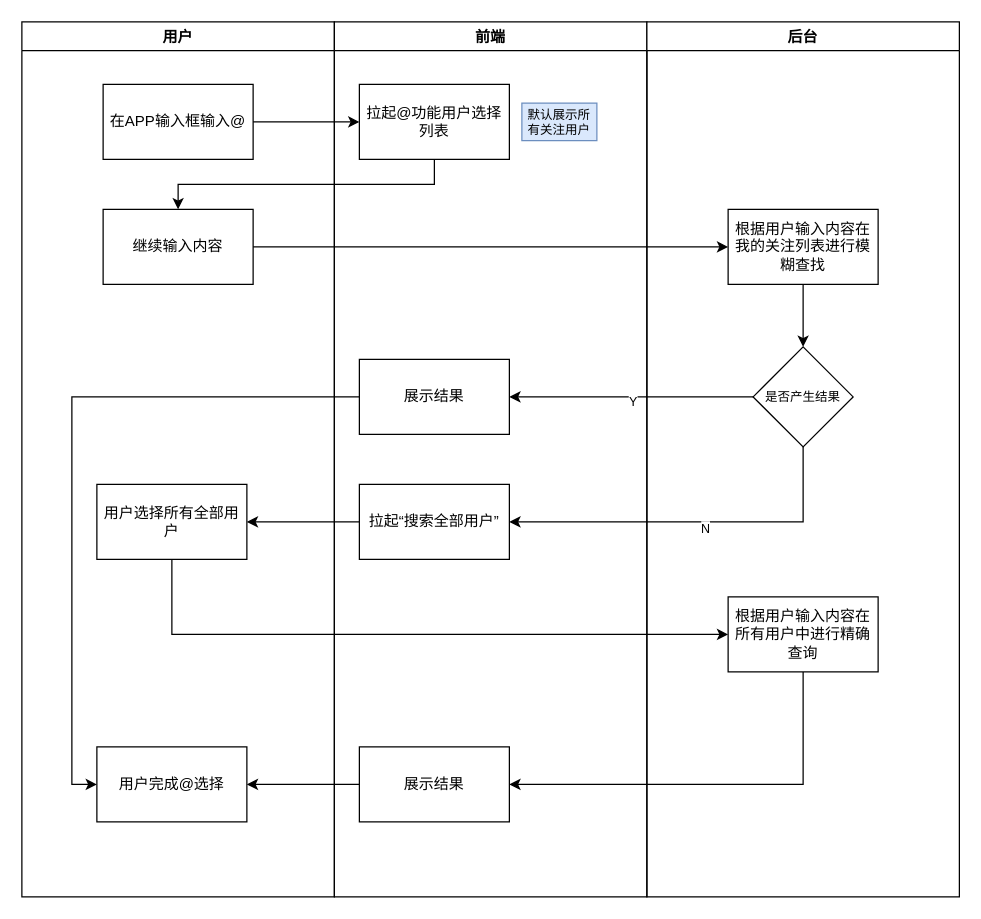
sheldonog/draw.io keeps this draw.io diagram as app@function.drawio. Above is the earlier version. Source tidied: cells renumbered, new cells numbered last; positions are measured from the earlier drawing's top-left corner, leaving out a move shared by most shapes. Both pictures are drawn from the tidied source at 125%, with x=0, y=0 at pixel (21, 21).
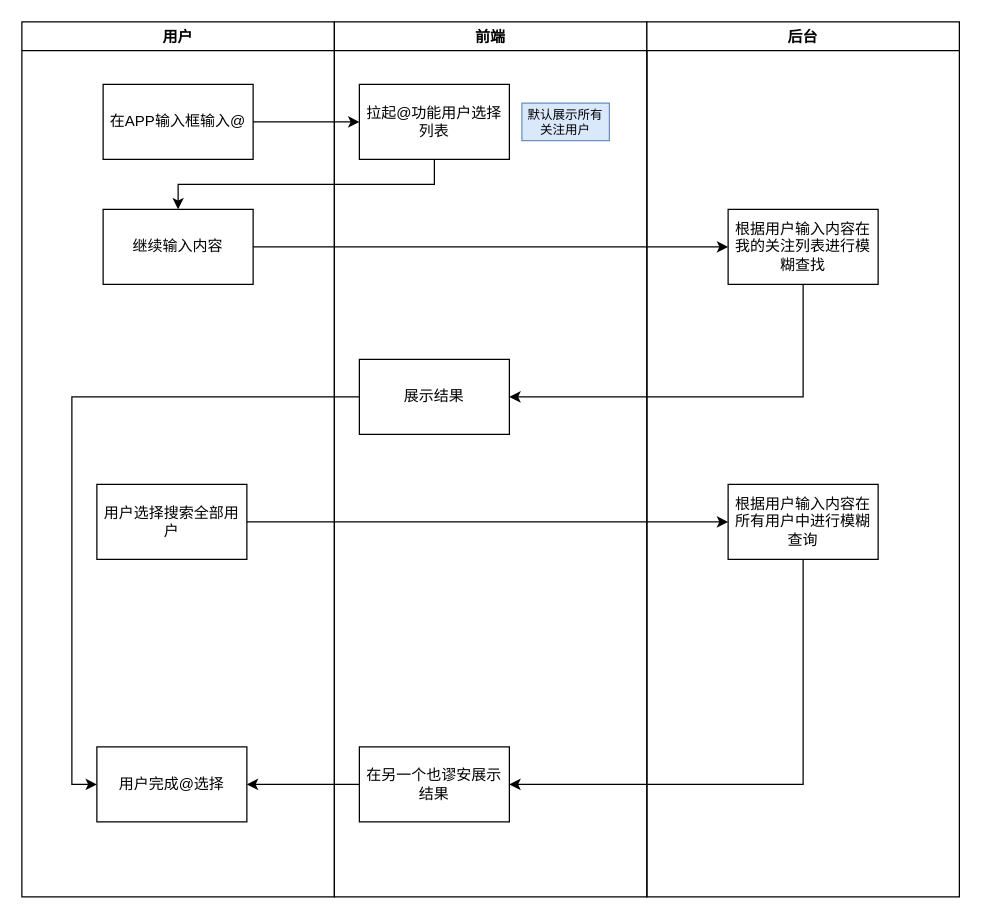
After the change.

Unchanged cells that the change refers to:
```xml
<mxCell id="2" value="用户" style="swimlane;" parent="1" vertex="1">
  <mxGeometry width="250" height="700" as="geometry" />
</mxCell>
<mxCell id="7" value="前端" style="swimlane;" parent="1" vertex="1">
  <mxGeometry x="250" width="250" height="700" as="geometry" />
</mxCell>
<mxCell id="9" value="展示结果" style="rounded=0;whiteSpace=wrap;html=1;" parent="7" vertex="1">
  <mxGeometry x="20" y="270" width="120" height="60" as="geometry" />
</mxCell>
<mxCell id="13" value="后台" style="swimlane;startSize=23;" parent="1" vertex="1">
  <mxGeometry x="500" width="250" height="700" as="geometry" />
</mxCell>
<mxCell id="15" value="根据用户输入内容在我的关注列表进行模糊查找" style="rounded=0;whiteSpace=wrap;html=1;" parent="13" vertex="1">
  <mxGeometry x="65" y="150" width="120" height="60" as="geometry" />
</mxCell>
```

The edit, as a diff of the source:
```diff
@@
-    <mxCell id="5" value="用户选择所有全部用户" style="rounded=0;whiteSpace=wrap;html=1;" parent="2" vertex="1">
+    <mxCell id="5" value="用户选择搜索全部用户" style="rounded=0;whiteSpace=wrap;html=1;" parent="2" vertex="1">
       <mxGeometry x="60" y="370" width="120" height="60" as="geometry" />
     </mxCell>
@@
-    <mxCell id="10" value="拉起“搜索全部用户”" style="rounded=0;whiteSpace=wrap;html=1;" parent="7" vertex="1">
-      <mxGeometry x="20" y="370" width="120" height="60" as="geometry" />
-    </mxCell>
-    <mxCell id="11" value="展示结果" style="rounded=0;whiteSpace=wrap;html=1;" parent="7" vertex="1">
+    <mxCell id="11" value="在另一个也谬安展示结果" style="rounded=0;whiteSpace=wrap;html=1;" parent="7" vertex="1">
       <mxGeometry x="20" y="580" width="120" height="60" as="geometry" />
     </mxCell>
     <mxCell id="12" value="默认展示所有关注用户" style="text;html=1;align=center;verticalAlign=middle;whiteSpace=wrap;rounded=0;fontSize=10;shadow=0;fillColor=#dae8fc;strokeColor=#6c8ebf;" parent="7" vertex="1">
-      <mxGeometry x="150" y="65" width="60" height="30" as="geometry" />
+      <mxGeometry x="150" y="65" width="70" height="30" as="geometry" />
     </mxCell>
@@
-    <mxCell id="14" style="edgeStyle=orthogonalEdgeStyle;rounded=0;jettySize=auto;html=1;exitX=0.5;exitY=1;exitDx=0;exitDy=0;entryX=0.5;entryY=0;entryDx=0;entryDy=0;fontSize=10;" parent="13" edge="1" source="15" target="16">
-      <mxGeometry relative="1" as="geometry" />
-    </mxCell>
@@
-    <mxCell id="16" value="是否产生结果" style="rhombus;whiteSpace=wrap;html=1;fontSize=10;" parent="13" vertex="1">
-      <mxGeometry x="85" y="260" width="80" height="80" as="geometry" />
-    </mxCell>
-    <mxCell id="17" value="根据用户输入内容在所有用户中进行精确查询" style="rounded=0;whiteSpace=wrap;html=1;" parent="13" vertex="1">
-      <mxGeometry x="65" y="460" width="120" height="60" as="geometry" />
+    <mxCell id="17" value="根据用户输入内容在所有用户中进行模糊查询" style="rounded=0;whiteSpace=wrap;html=1;" parent="13" vertex="1">
+      <mxGeometry x="65" y="370" width="120" height="60" as="geometry" />
     </mxCell>
@@
-    <mxCell id="21" style="edgeStyle=orthogonalEdgeStyle;rounded=0;jettySize=auto;html=1;exitX=0;exitY=0.5;exitDx=0;exitDy=0;fontSize=10;entryX=1;entryY=0.5;entryDx=0;entryDy=0;" parent="1" edge="1" source="16" target="9">
-      <mxGeometry relative="1" as="geometry" />
-    </mxCell>
-    <mxCell id="22" value="Y" style="edgeLabel;html=1;align=center;verticalAlign=middle;fontSize=10;" parent="21" vertex="1">
-      <mxGeometry x="-0.01" y="3" relative="1" as="geometry" />
-    </mxCell>
-    <mxCell id="23" style="edgeStyle=orthogonalEdgeStyle;rounded=0;jettySize=auto;html=1;exitX=0.5;exitY=1;exitDx=0;exitDy=0;entryX=1;entryY=0.5;entryDx=0;entryDy=0;fontSize=10;" parent="1" edge="1" source="16" target="10">
-      <mxGeometry relative="1" as="geometry" />
-    </mxCell>
-    <mxCell id="24" value="N" style="edgeLabel;html=1;align=center;verticalAlign=middle;fontSize=10;" parent="23" vertex="1">
-      <mxGeometry x="-0.06" y="4" relative="1" as="geometry" />
-    </mxCell>
-    <mxCell id="25" style="edgeStyle=orthogonalEdgeStyle;rounded=0;jettySize=auto;html=1;exitX=0;exitY=0.5;exitDx=0;exitDy=0;entryX=1;entryY=0.5;entryDx=0;entryDy=0;fontSize=10;" parent="1" edge="1" source="10" target="5">
-      <mxGeometry relative="1" as="geometry" />
-    </mxCell>
-    <mxCell id="26" style="edgeStyle=orthogonalEdgeStyle;rounded=0;jettySize=auto;html=1;exitX=0.5;exitY=1;exitDx=0;exitDy=0;entryX=0;entryY=0.5;entryDx=0;entryDy=0;fontSize=10;" parent="1" edge="1" source="5" target="17">
+    <mxCell id="26" style="edgeStyle=orthogonalEdgeStyle;rounded=0;jettySize=auto;html=1;exitX=1;exitY=0.5;exitDx=0;exitDy=0;entryX=0;entryY=0.5;entryDx=0;entryDy=0;fontSize=10;" parent="1" edge="1" source="5" target="17">
       <mxGeometry relative="1" as="geometry" />
     </mxCell>
@@
+    <mxCell id="30" style="edgeStyle=orthogonalEdgeStyle;rounded=0;jettySize=auto;html=1;entryX=1;entryY=0.5;entryDx=0;entryDy=0;" parent="1" edge="1" source="15" target="9">
+      <mxGeometry relative="1" as="geometry">
+        <Array as="points">
+          <mxPoint x="625" y="300" />
+        </Array>
+      </mxGeometry>
+    </mxCell>
```
